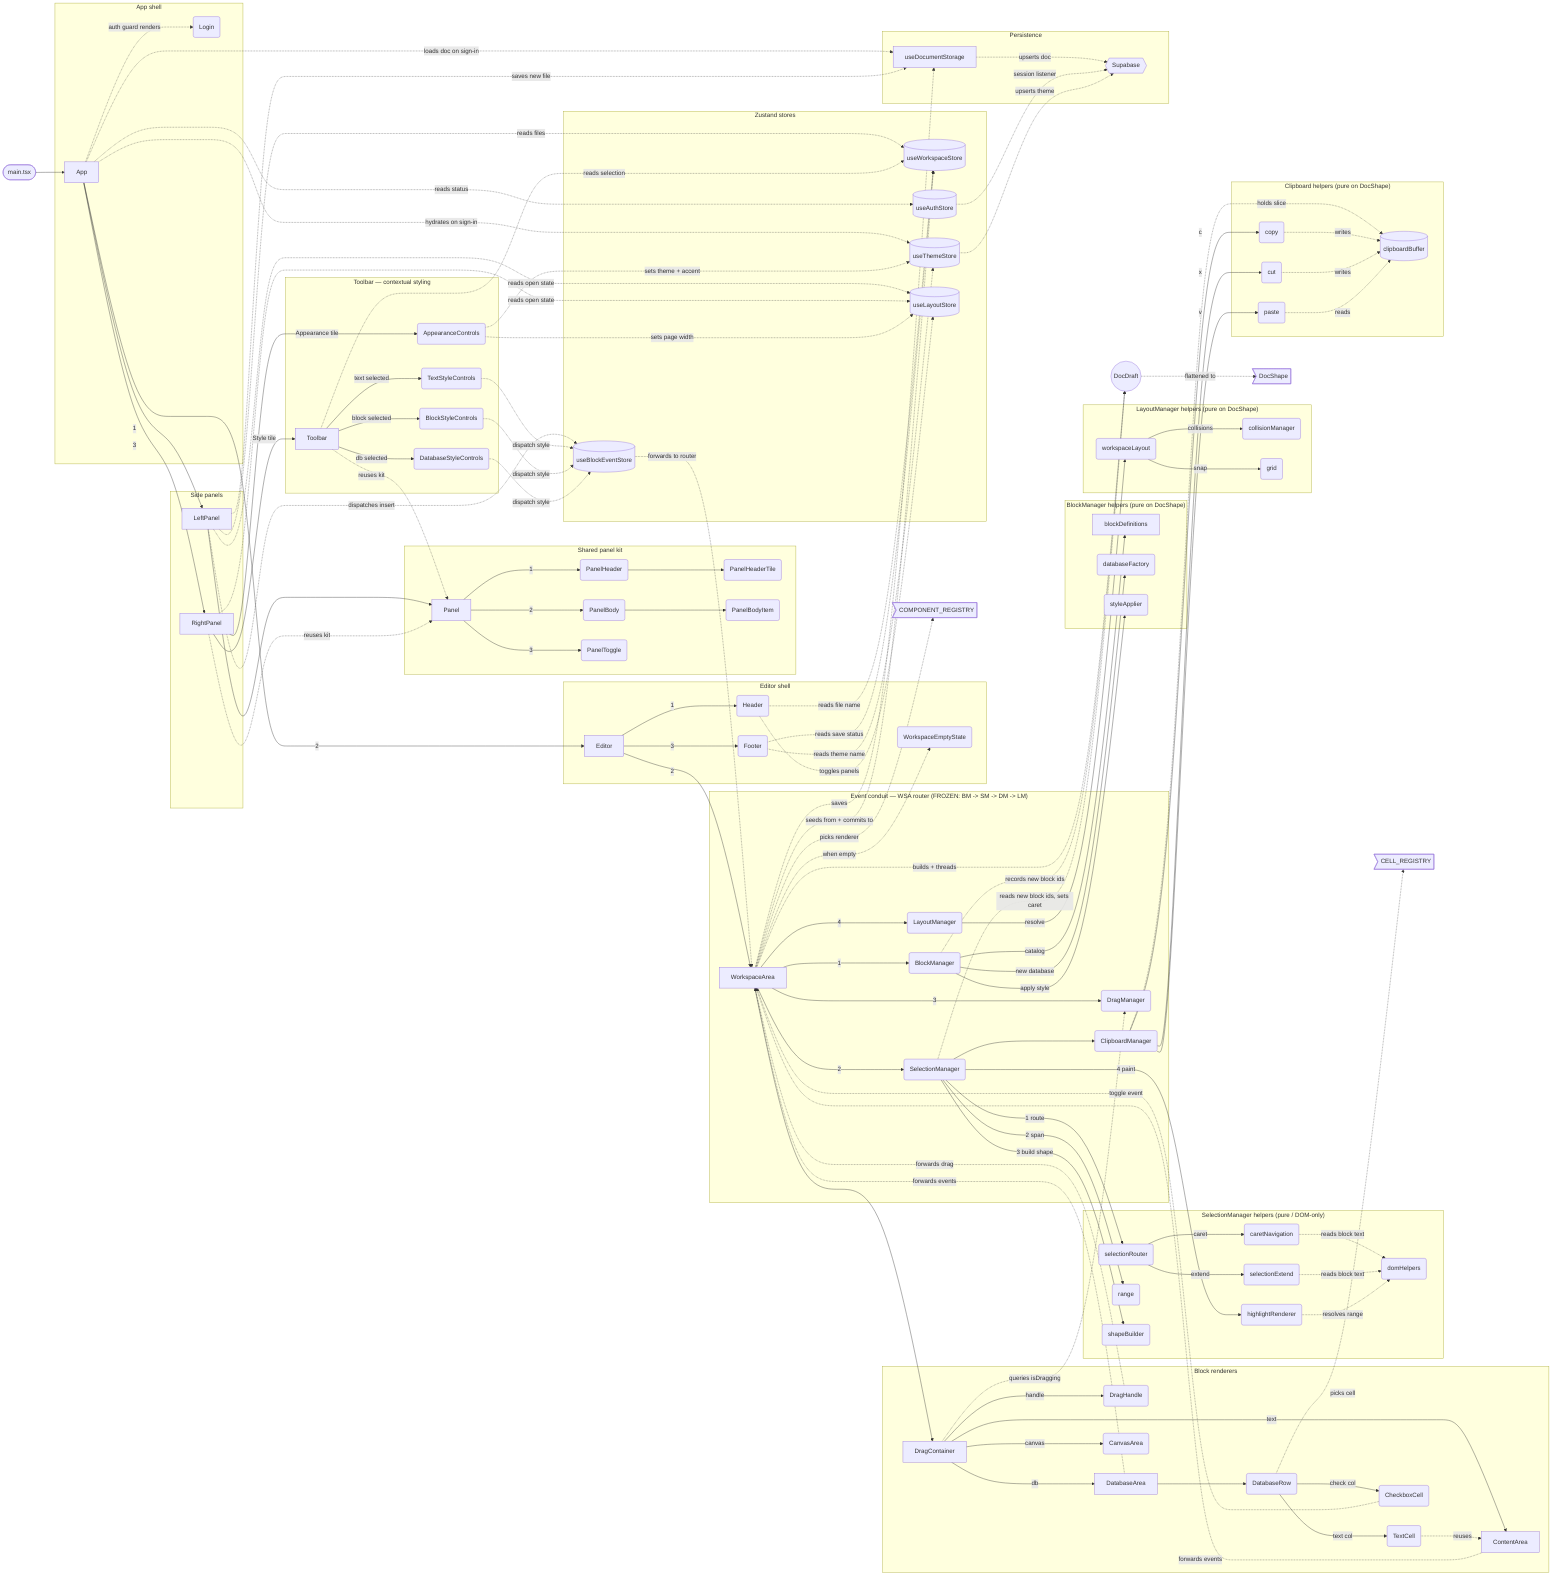
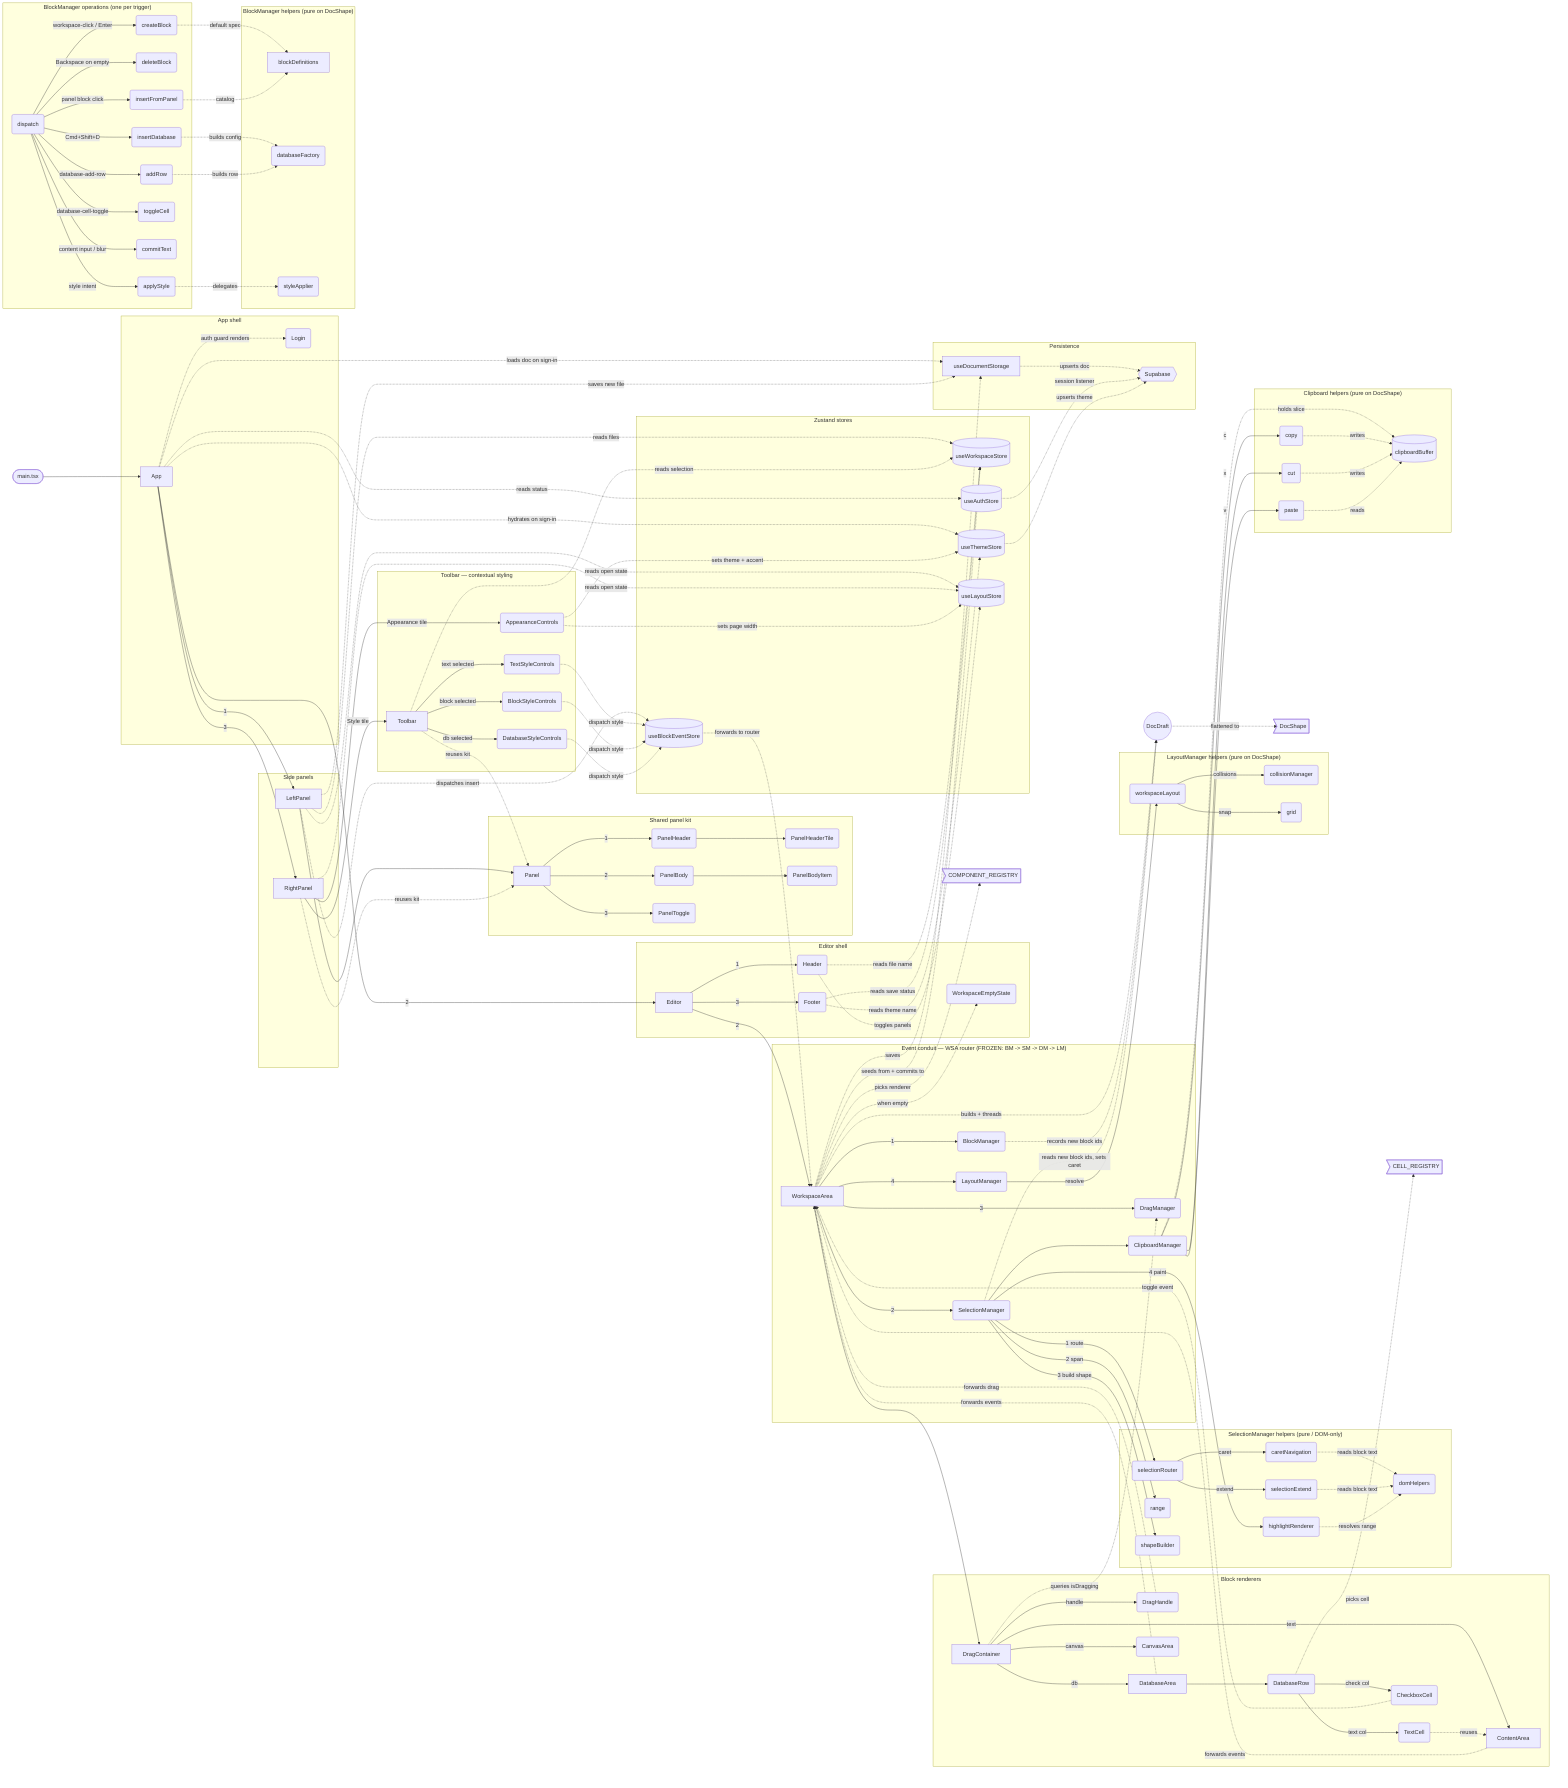
flowchart LR
%% Novakai — GOLD-STANDARD TARGET ARCHITECTURE (proposed)
%% Companion notes: novakai-target.md
%% This map describes what the codebase SHOULD look like: a fully working,
%% bug-free, shippable app. The WSA router (BM -> SM -> DM -> LM) is FROZEN
%% and unchanged. New/proposed classes are marked in novakai-target.md.
%% root main
%% Drill-in containment: each helper group lives INSIDE its manager. Click a
%% manager's "Open internals" button to see its helpers (one level down). The
%% top level stays at architecture altitude; helper detail is hidden until you
%% drill in. Groups are transparent for leveling, so the helpers report the
%% manager as their level.
%% parent blockHelpers blockManager
+ %% parent bmOps blockManager
%% parent selectionHelpers selectionManager
%% parent layoutHelpers layoutManager
%% parent clipboardHelpers clipboardManager

%% ---- shell ----
%% fm:meta main name=main.tsx
%% fm:meta main desc=entry point; mounts React root in StrictMode
%% fm:meta main i0.name=render
%% fm:meta main i0.returns=void
%% fm:meta App name=App
%% fm:meta App desc=root component; constructs the four managers once in refs, guards auth, loads document + theme on sign-in
%% fm:meta App state=managers: ManagerSet (bm, sm, dm, lm) in refs
%% fm:meta App i0.name=render
%% fm:meta App i0.accepts=authStatus: loading | signed-in | signed-out
%% fm:meta App i0.returns=JSX (LeftPanel + Editor + RightPanel, or Login)
%% fm:meta Login name=Login
%% fm:meta Login desc=auth form; rendered only while authStatus is signed-out
%% fm:meta Login i0.name=render
%% fm:meta Login i0.returns=JSX

%% ---- side panels ----
%% fm:meta LeftPanel name=LeftPanel
%% fm:meta LeftPanel desc=container; file browser + block catalog; turns clicks into insert intents, never decides
%% fm:meta LeftPanel i0.name=handleAddFile
%% fm:meta LeftPanel i0.returns=void
%% fm:meta LeftPanel i1.name=handleInsertBlock
%% fm:meta LeftPanel i1.accepts=spec: BlockSpec
%% fm:meta LeftPanel i1.returns=void
%% fm:meta RightPanel name=RightPanel
%% fm:meta RightPanel desc=container; hosts two tiles via the shared panel kit: Style (Toolbar) and Appearance
%% fm:meta RightPanel i0.name=render
%% fm:meta RightPanel i0.returns=JSX

%% ---- toolbar (contextual styling) ----
%% fm:meta Toolbar name=Toolbar
%% fm:meta Toolbar desc=Style tile; resolves the current selection into ONE styling level and renders it; emits style intents, never mutates the document
%% fm:meta Toolbar state=level: text | block | database (DERIVED from selection, not stored)
%% fm:meta Toolbar i0.name=render
%% fm:meta Toolbar i0.accepts=selection: SelectionSnapshot
%% fm:meta Toolbar i0.returns=JSX (one StyleControls level)
%% fm:meta TextStyleControls name=TextStyleControls
%% fm:meta TextStyleControls desc=level 1; shown when a text run is selected; bold/italic, font, size, colour
%% fm:meta TextStyleControls i0.name=emit
%% fm:meta TextStyleControls i0.accepts=intent: StyleIntent
%% fm:meta TextStyleControls i0.returns=void
%% fm:meta BlockStyleControls name=BlockStyleControls
%% fm:meta BlockStyleControls desc=level 2; shown when whole blocks are selected; Tag (h1..p), alignment, background, width
%% fm:meta BlockStyleControls i0.name=emit
%% fm:meta BlockStyleControls i0.accepts=intent: StyleIntent
%% fm:meta BlockStyleControls i0.returns=void
%% fm:meta DatabaseStyleControls name=DatabaseStyleControls
%% fm:meta DatabaseStyleControls desc=level 3; shown when a database/row/cell is selected; columns, sort, filters, row styling
%% fm:meta DatabaseStyleControls i0.name=emit
%% fm:meta DatabaseStyleControls i0.accepts=intent: StyleIntent
%% fm:meta DatabaseStyleControls i0.returns=void
%% fm:meta AppearanceControls name=AppearanceControls
%% fm:meta AppearanceControls desc=Appearance tile; theme, accent, and page-width presets
%% fm:meta AppearanceControls i0.name=render
%% fm:meta AppearanceControls i0.returns=JSX

%% ---- shared panel kit ----
%% fm:meta Panel name=Panel
%% fm:meta Panel desc=shared composable shell; header tiles + body + collapse toggle; reused by LeftPanel, RightPanel, Toolbar
%% fm:meta Panel state=selectedTile: string (component-local useState)
%% fm:meta Panel i0.name=render
%% fm:meta Panel i0.accepts=tiles: PanelTile[], open: boolean
%% fm:meta Panel i0.returns=JSX
%% fm:meta PanelHeader name=PanelHeader
%% fm:meta PanelHeader desc=tile tab strip; maps tile names to PanelHeaderTile
%% fm:meta PanelHeaderTile name=PanelHeaderTile
%% fm:meta PanelHeaderTile desc=one clickable tile tab; highlights when selected
%% fm:meta PanelBody name=PanelBody
%% fm:meta PanelBody desc=body list; maps items to PanelBodyItem
%% fm:meta PanelBodyItem name=PanelBodyItem
%% fm:meta PanelBodyItem desc=one clickable body row
%% fm:meta PanelToggle name=PanelToggle
%% fm:meta PanelToggle desc=collapse/expand chevron; calls toggle on the layout store

%% ---- editor shell ----
%% fm:meta Editor name=Editor
%% fm:meta Editor desc=layout shell; renders Header + WorkspaceArea + Footer and threads the manager set down
%% fm:meta Editor i0.name=render
%% fm:meta Editor i0.accepts=managers: ManagerSet
%% fm:meta Editor i0.returns=JSX
%% fm:meta Header name=Header
%% fm:meta Header desc=top bar; breadcrumb + panel toggles
%% fm:meta Footer name=Footer
%% fm:meta Footer desc=status bar; save indicator + active theme name
%% fm:meta WorkspaceEmptyState name=WorkspaceEmptyState
%% fm:meta WorkspaceEmptyState desc=centred prompt shown when the active file has no blocks; pointer-events off

%% ---- event conduit (FROZEN router) ----
%% fm:meta WorkspaceArea name=WorkspaceArea
%% fm:meta WorkspaceArea desc=pure conduit; seeds a DocDraft from the store, threads it through BM->SM->DM->LM in fixed order, commits once. Makes ZERO decisions
%% fm:meta WorkspaceArea state=wsaRef: HTMLDivElement
%% fm:meta WorkspaceArea i0.name=route
%% fm:meta WorkspaceArea i0.accepts=channel: mouse | key | lifecycle
%% fm:meta WorkspaceArea i0.accepts=data: MouseEventData | KeyEventData | LifecycleEventData
%% fm:meta WorkspaceArea i0.accepts=trigger: TriggerWord
%% fm:meta WorkspaceArea i0.returns=void
%% fm:meta WorkspaceArea i1.name=commit
%% fm:meta WorkspaceArea i1.accepts=draft: DocDraft
%% fm:meta WorkspaceArea i1.returns=void
%% fm:meta blockManager name=BlockManager
%% fm:meta blockManager desc=step 1; CRUD on TextElement + DatabaseConfiguration and styling of selected blocks; records the ids it creates on draft.created; has ZERO opinion on caret or selection
%% fm:meta blockManager state=wsaEl: HTMLElement | null
%% fm:meta blockManager i0.name=receiveMouseEvent
%% fm:meta blockManager i0.accepts=draft: DocDraft
%% fm:meta blockManager i0.returns=DocDraft
%% fm:meta blockManager i1.name=receiveKeyEvent
%% fm:meta blockManager i1.accepts=draft: DocDraft
%% fm:meta blockManager i1.returns=DocDraft
%% fm:meta blockManager i2.name=receiveLifecycleEvent
%% fm:meta blockManager i2.accepts=draft: DocDraft
%% fm:meta blockManager i2.returns=DocDraft
%% fm:meta selectionManager name=SelectionManager
%% fm:meta selectionManager desc=step 2; sole owner of ALL caret + range + multi-block selection decisions; reads draft.created.newBlockIds and independently places the caret in a newly created block (no message from BlockManager); paints CSS highlights; threads every event through ClipboardManager
%% fm:meta selectionManager state=selection: SelectionState (anchor, focus, mode)
%% fm:meta selectionManager state=wsaEl: HTMLElement | null
%% fm:meta selectionManager i0.name=receiveMouseEvent
%% fm:meta selectionManager i0.accepts=draft: DocDraft
%% fm:meta selectionManager i0.returns=DocDraft
%% fm:meta selectionManager i1.name=receiveKeyEvent
%% fm:meta selectionManager i1.accepts=draft: DocDraft
%% fm:meta selectionManager i1.returns=DocDraft
%% fm:meta selectionManager i2.name=receiveLifecycleEvent
%% fm:meta selectionManager i2.accepts=draft: DocDraft
%% fm:meta selectionManager i2.returns=DocDraft
%% fm:meta dragManager name=DragManager
%% fm:meta dragManager desc=step 3; owns the active drag gesture; writes style.top live during drag, commits final placement on drop
%% fm:meta dragManager state=activeId: string | null
%% fm:meta dragManager state=isActive: boolean
%% fm:meta dragManager state=lastLocal: Position
%% fm:meta dragManager i0.name=receiveMouseEvent
%% fm:meta dragManager i0.accepts=draft: DocDraft
%% fm:meta dragManager i0.returns=DocDraft
%% fm:meta dragManager i1.name=isDragging
%% fm:meta dragManager i1.accepts=blockId: string
%% fm:meta dragManager i1.returns=boolean
%% fm:meta layoutManager name=LayoutManager
%% fm:meta layoutManager desc=step 4 (last); resolves overlaps and re-orders document ids by position after structural changes; its output is what WSA persists
%% fm:meta layoutManager i0.name=receiveMouseEvent
%% fm:meta layoutManager i0.accepts=draft: DocDraft
%% fm:meta layoutManager i0.returns=DocDraft
%% fm:meta layoutManager i1.name=receiveKeyEvent
%% fm:meta layoutManager i1.accepts=draft: DocDraft
%% fm:meta layoutManager i1.returns=DocDraft
%% fm:meta clipboardManager name=ClipboardManager
%% fm:meta clipboardManager desc=owned by SelectionManager; stateless router that no-ops unless the trigger is copy/cut/paste
%% fm:meta clipboardManager i0.name=receiveEvent
%% fm:meta clipboardManager i0.accepts=shape: DocShape
%% fm:meta clipboardManager i0.accepts=range: SelectionPoint[]
%% fm:meta clipboardManager i0.accepts=trigger: string
%% fm:meta clipboardManager i0.returns=DocShape

%% ---- block renderers ----
%% fm:meta DragContainer name=DragContainer
%% fm:meta DragContainer desc=absolute-positioned wrapper per block; yields top ownership to DragManager while that block is dragging
%% fm:meta DragContainer i0.name=render
%% fm:meta DragContainer i0.accepts=id: string, isSelected: boolean, layoutData: LayoutData, dm: DragTargetQuery
%% fm:meta DragContainer i0.returns=JSX
%% fm:meta DragHandle name=DragHandle
%% fm:meta DragHandle desc=grab affordance; shapes a MouseEventData and forwards drag-handle-mouse-down through the conduit callback
%% fm:meta DragHandle i0.name=render
%% fm:meta DragHandle i0.accepts=id: string, cbMouseEvent: ConduitMouse
%% fm:meta DragHandle i0.returns=JSX
%% fm:meta ContentArea name=ContentArea
%% fm:meta ContentArea desc=contentEditable text block; shapes mouse/key/lifecycle events and forwards through conduit callbacks; renders nested children by id
%% fm:meta ContentArea i0.name=render
%% fm:meta ContentArea i0.accepts=activeContent: TextElement, contentDataSet: ContentDataSet
%% fm:meta ContentArea i0.returns=JSX
%% fm:meta DatabaseArea name=DatabaseArea
%% fm:meta DatabaseArea desc=database block renderer; receives its DatabaseConfiguration as a prop (no store read); renders columns + rows; holds no data
%% fm:meta DatabaseArea i0.name=render
%% fm:meta DatabaseArea i0.accepts=activeContent: TextElement, config: DatabaseConfiguration, contentDataSet: ContentDataSet
%% fm:meta DatabaseArea i0.returns=JSX
%% fm:meta DatabaseRow name=DatabaseRow
%% fm:meta DatabaseRow desc=one database row; drag handle + grid of cells; forwards events through the conduit callback
%% fm:meta DatabaseRow i0.name=render
%% fm:meta DatabaseRow i0.accepts=rowId: string, gridTemplateColumns: string, isSelected: boolean
%% fm:meta DatabaseRow i0.returns=JSX
%% fm:meta TextCell name=TextCell
%% fm:meta TextCell desc=thin adapter; maps a cell TextElement onto ContentArea so cells edit via the same contentEditable path
%% fm:meta TextCell i0.name=render
%% fm:meta TextCell i0.accepts=cell: TextElement, contentDataSet: ContentDataSet
%% fm:meta TextCell i0.returns=JSX
%% fm:meta CheckboxCell name=CheckboxCell
%% fm:meta CheckboxCell desc=read-only checkbox; click forwards database-cell-toggle; BlockManager flips the value, render reflects it
%% fm:meta CheckboxCell i0.name=render
%% fm:meta CheckboxCell i0.accepts=cell: TextElement
%% fm:meta CheckboxCell i0.returns=JSX
%% fm:meta CanvasArea name=CanvasArea
%% fm:meta CanvasArea desc=freeform canvas block (placeholder); third entry in the component registry

%% ---- block manager helpers (pure; receive DocShape, never touch stores) ----
%% fm:meta blockDefinitions name=blockDefinitions
%% fm:meta blockDefinitions desc=static block catalog; single source of truth for insertable block types
%% fm:meta blockDefinitions i0.name=findBlockDefinition
%% fm:meta blockDefinitions i0.accepts=id: string
%% fm:meta blockDefinitions i0.returns=BlockSpec | undefined
%% fm:meta databaseFactory name=databaseFactory
%% fm:meta databaseFactory desc=pure builders for a new DatabaseConfiguration and its rows
%% fm:meta databaseFactory i0.name=makeDatabaseConfig
%% fm:meta databaseFactory i0.returns=DatabaseConfiguration
%% fm:meta styleApplier name=styleApplier
%% fm:meta styleApplier desc=NEW; applies a StyleIntent to every selected TextElement on the draft DocShape; pure, no store, no DOM
%% fm:meta styleApplier i0.name=applyStyle
%% fm:meta styleApplier i0.accepts=shape: DocShape
%% fm:meta styleApplier i0.accepts=intent: StyleIntent
%% fm:meta styleApplier i0.returns=DocShape
+ %% ---- BlockManager operations (drill-in level: one node per trigger) ----
+ %% fm:meta bmDispatch name=dispatch
+ %% fm:meta bmDispatch desc=entry; the three receive* methods flatten the draft and route to exactly one operation by trigger word; no decision beyond routing
+ %% fm:meta bmDispatch i0.name=route
+ %% fm:meta bmDispatch i0.accepts=shape: DocShape, trigger: TriggerWord
+ %% fm:meta bmDispatch i0.returns=DocShape
+ %% fm:meta createBlock name=createBlock
+ %% fm:meta createBlock desc=creates an empty paragraph block below the target and inserts its id into the file content order; records the id on draft.created; sets NO caret (SelectionManager does)
+ %% fm:meta createBlock state=trigger: workspace-area-mouse-click | key Enter
+ %% fm:meta createBlock i0.accepts=shape: DocShape
+ %% fm:meta createBlock i0.returns=DocShape (+ created.newBlockIds)
+ %% fm:meta deleteBlock name=deleteBlock
+ %% fm:meta deleteBlock desc=deletes the target block ONLY when it is empty; removes it from content + layout; leaves caret to SelectionManager
+ %% fm:meta deleteBlock state=trigger: key Backspace at offset 0 on an empty block
+ %% fm:meta deleteBlock i0.accepts=shape: DocShape
+ %% fm:meta deleteBlock i0.returns=DocShape
+ %% fm:meta insertFromPanel name=insertFromPanel
+ %% fm:meta insertFromPanel desc=inserts a catalog block chosen in the left panel below the lowest placed block
+ %% fm:meta insertFromPanel state=trigger: left-panel-block-mouse-click
+ %% fm:meta insertFromPanel i0.accepts=shape: DocShape, spec: BlockSpec
+ %% fm:meta insertFromPanel i0.returns=DocShape (+ created.newBlockIds)
+ %% fm:meta insertDatabase name=insertDatabase
+ %% fm:meta insertDatabase desc=inserts a DatabaseArea block plus a starter DatabaseConfiguration
+ %% fm:meta insertDatabase state=trigger: key Cmd/Ctrl+Shift+D
+ %% fm:meta insertDatabase i0.accepts=shape: DocShape
+ %% fm:meta insertDatabase i0.returns=DocShape (+ created.newBlockIds)
+ %% fm:meta addRow name=addRow
+ %% fm:meta addRow desc=appends a row to a database rowOrder with empty cell TextElements
+ %% fm:meta addRow state=trigger: database-add-row
+ %% fm:meta addRow i0.accepts=shape: DocShape, databaseId: string
+ %% fm:meta addRow i0.returns=DocShape
+ %% fm:meta toggleCell name=toggleCell
+ %% fm:meta toggleCell desc=flips a checkbox cell value; the input is read-only so the manager owns the mutation and the re-render reflects it
+ %% fm:meta toggleCell state=trigger: database-cell-toggle
+ %% fm:meta toggleCell i0.accepts=shape: DocShape, cellId: string
+ %% fm:meta toggleCell i0.returns=DocShape
+ %% fm:meta commitText name=commitText
+ %% fm:meta commitText desc=writes the live contentEditable text back into the block; the only place document text is committed
+ %% fm:meta commitText state=trigger: content-area-input | content-area-blur
+ %% fm:meta commitText i0.accepts=shape: DocShape, text: string
+ %% fm:meta commitText i0.returns=DocShape
+ %% fm:meta applyStyle name=applyStyle
+ %% fm:meta applyStyle desc=operation; receives a StyleIntent dispatched by the toolbar and delegates to the styleApplier helper across the selected blocks
+ %% fm:meta applyStyle state=trigger: content-area-style-* | drag-container-style-* | database-*-style-*
+ %% fm:meta applyStyle i0.accepts=shape: DocShape, intent: StyleIntent
+ %% fm:meta applyStyle i0.returns=DocShape

%% ---- selection manager helpers (pure or DOM-only; receive DocShape/SelectionState) ----
%% fm:meta selectionRouter name=selectionRouter
%% fm:meta selectionRouter desc=picks the selection handler for a trigger; delegates to caret/extend/mouse handlers; pure
%% fm:meta selectionRouter i0.name=routeKey
%% fm:meta selectionRouter i0.accepts=state: SelectionState, key: KeyEventData, trigger: string, blockOrder: string[]
%% fm:meta selectionRouter i0.returns=SelectionState
%% fm:meta caretNavigation name=caretNavigation
%% fm:meta caretNavigation desc=pure caret movement for plain arrows; collapses range then moves one unit
%% fm:meta caretNavigation i0.name=arrowMove
%% fm:meta caretNavigation i0.accepts=state: SelectionState, key: KeyEventData, blockOrder: string[]
%% fm:meta caretNavigation i0.returns=SelectionState
%% fm:meta selectionExtend name=selectionExtend
%% fm:meta selectionExtend desc=pure selection extension for Shift/Cmd-Shift arrows and Select All
%% fm:meta selectionExtend i0.name=extend
%% fm:meta selectionExtend i0.accepts=state: SelectionState, key: KeyEventData, blockOrder: string[]
%% fm:meta selectionExtend i0.returns=SelectionState
%% fm:meta range name=range
%% fm:meta range desc=pure; flattens anchor/focus into an ordered SelectionPoint[] spanning the selection
%% fm:meta range i0.name=orderedSelectionRange
%% fm:meta range i0.accepts=selection: SelectionState, order: string[]
%% fm:meta range i0.returns=SelectionPoint[]
%% fm:meta shapeBuilder name=shapeBuilder
%% fm:meta shapeBuilder desc=pure; threads the snapshot into the shape and applies text deletion on Delete; returns fresh DocShape
%% fm:meta shapeBuilder i0.name=buildShape
%% fm:meta shapeBuilder i0.accepts=shape: DocShape, state: SelectionState, snapshot: SelectionSnapshot, deleteSelection: boolean
%% fm:meta shapeBuilder i0.returns=DocShape
%% fm:meta highlightRenderer name=highlightRenderer
%% fm:meta highlightRenderer desc=paints selection via the CSS Custom Highlight API; DOM paint only, no React state, no store
%% fm:meta highlightRenderer i0.name=renderSelectionHighlight
%% fm:meta highlightRenderer i0.accepts=state: SelectionState, blockOrder: string[], wsaEl: HTMLElement | null
%% fm:meta highlightRenderer i0.returns=void
%% fm:meta domHelpers name=domHelpers
%% fm:meta domHelpers desc=the ONLY module that reads the DOM; returns plain values (point<->offset, block text); never a setter, never a store
%% fm:meta domHelpers i0.name=pointToPosition
%% fm:meta domHelpers i0.accepts=clientX: number, clientY: number
%% fm:meta domHelpers i0.returns=SelectionPoint

%% ---- layout manager helpers (pure; receive DocShape/LayoutDataSet) ----
%% fm:meta workspaceLayout name=workspaceLayout
%% fm:meta workspaceLayout desc=measures live block heights and orchestrates add/delete collision resolution; reads DOM, never a store
%% fm:meta workspaceLayout i0.name=resolveEventLayout
%% fm:meta workspaceLayout i0.accepts=fileId: string, content: string[], layouts: LayoutDataSet, opts: ResolveOpts
%% fm:meta workspaceLayout i0.returns=layouts: LayoutDataSet, content: string[]
%% fm:meta collisionManager name=collisionManager
%% fm:meta collisionManager desc=pure; sorts a file's placements by y and pushes overlapping blocks down flush
%% fm:meta collisionManager i0.name=resolveCollisions
%% fm:meta collisionManager i0.accepts=items: LayoutItem[], movedBlockId: string
%% fm:meta collisionManager i0.returns=LayoutItem[]
%% fm:meta grid name=grid
%% fm:meta grid desc=pure; grid constants and snap helpers (GRID_UNIT, PAGE_X, snapToGrid)
%% fm:meta grid i0.name=snapToGrid
%% fm:meta grid i0.accepts=px: number
%% fm:meta grid i0.returns=number

%% ---- clipboard helpers (pure on DocShape; buffer is the clipboard's own) ----
%% fm:meta copy name=copy
%% fm:meta copy desc=collects selected blocks into the clipboard buffer; never mutates the document
%% fm:meta copy i0.name=copy
%% fm:meta copy i0.accepts=range: SelectionPoint[], shape: DocShape
%% fm:meta copy i0.returns=void
%% fm:meta cut name=cut
%% fm:meta cut desc=copies into the buffer then returns a DocShape with the source blocks removed
%% fm:meta cut i0.name=cut
%% fm:meta cut i0.accepts=range: SelectionPoint[], shape: DocShape
%% fm:meta cut i0.returns=DocShape
%% fm:meta paste name=paste
%% fm:meta paste desc=reads the buffer and routes to text-paste or block-paste; copy mints fresh ids, cut keeps them
%% fm:meta paste i0.name=paste
%% fm:meta paste i0.accepts=shape: DocShape, trigger: string
%% fm:meta paste i0.returns=DocShape
%% fm:meta clipboardBuffer name=clipboardBuffer
%% fm:meta clipboardBuffer desc=module-scoped clipboard slice (NOT a Zustand store, NOT document state); survives ClipboardManager rebuilds
%% fm:meta clipboardBuffer state=slice: ClipboardSlice | null
%% fm:meta clipboardBuffer state=mode: copy | cut | null

%% ---- Zustand stores (minimised: 14 reactive state vars total) ----
%% fm:meta workspaceStore name=useWorkspaceStore
%% fm:meta workspaceStore desc=single source of truth for the document; the ONLY store the conduit reads and commits
%% fm:meta workspaceStore state=activeFileId: string | null
%% fm:meta workspaceStore state=files: FilesDataSet
%% fm:meta workspaceStore state=content: ContentDataSet
%% fm:meta workspaceStore state=layouts: LayoutDataSet
%% fm:meta workspaceStore state=databases: DatabaseDataSet
%% fm:meta workspaceStore state=selection: SelectionSnapshot
%% fm:meta workspaceStore i0.name=setDataSet
%% fm:meta workspaceStore i0.accepts=files: FilesDataSet, content: ContentDataSet, layouts: LayoutDataSet, databases: DatabaseDataSet
%% fm:meta workspaceStore i0.returns=void
%% fm:meta workspaceStore i1.name=setSelection
%% fm:meta workspaceStore i1.accepts=selection: SelectionSnapshot
%% fm:meta workspaceStore i1.returns=void
%% fm:meta authStore name=useAuthStore
%% fm:meta authStore desc=Supabase auth mirror; status drives App render guard; wired once on module load
%% fm:meta authStore state=status: loading | signed-in | signed-out
%% fm:meta authStore state=session: Session | null
%% fm:meta authStore i0.name=signIn
%% fm:meta authStore i0.accepts=email: string, password: string
%% fm:meta authStore i0.returns=Promise<string | null>
%% fm:meta themeStore name=useThemeStore
%% fm:meta themeStore desc=theme + accent preferences; applies CSS vars to :root; debounced persist to Supabase
%% fm:meta themeStore state=themeId: string
%% fm:meta themeStore state=accentHex: string | null
%% fm:meta themeStore i0.name=setTheme
%% fm:meta themeStore i0.accepts=themeId: string
%% fm:meta themeStore i0.returns=void
%% fm:meta layoutStore name=useLayoutStore
%% fm:meta layoutStore desc=panel open/closed state and page-width preference; drives page-* CSS class on .app
%% fm:meta layoutStore state=pageWidth: PageWidth
%% fm:meta layoutStore state=leftPanelOpen: boolean
%% fm:meta layoutStore state=rightPanelOpen: boolean
%% fm:meta blockEventStore name=useBlockEventStore
%% fm:meta blockEventStore desc=thin pub/sub bridge from panels to the WSA router; dispatch never re-renders its caller
%% fm:meta blockEventStore state=handler: MouseRouter | null
%% fm:meta blockEventStore i0.name=dispatch
%% fm:meta blockEventStore i0.accepts=data: MouseEventData, trigger: string
%% fm:meta blockEventStore i0.returns=void

%% ---- persistence ----
%% fm:meta documentStorage name=useDocumentStorage
%% fm:meta documentStorage desc=Supabase-backed persistence; debounced upsert; merges via a module-level cachedDoc
%% fm:meta documentStorage i0.name=loadDocument
%% fm:meta documentStorage i0.returns=Promise<DataSet | null>
%% fm:meta documentStorage i1.name=saveDocument
%% fm:meta documentStorage i1.accepts=files: FilesDataSet, content: ContentDataSet, layouts: LayoutDataSet, databases: DatabaseDataSet
%% fm:meta documentStorage i1.returns=void
%% fm:meta supabase name=Supabase
%% fm:meta supabase desc=backend; auth + workspaces table (document jsonb + theme jsonb); row-level security per user

%% ---- value objects / data tables ----
%% fm:meta docDraft name=DocDraft
%% fm:meta docDraft desc=the conduit payload; committed currentReadOnly slices + proposed slices per channel; built by WSA, threaded through every manager
%% fm:meta docDraft state=dataSet: DraftChannel of file/content/layout/database
%% fm:meta docDraft state=selection: currentBlocks + proposedBlocks + caret
%% fm:meta docDraft state=created: newBlockIds (BlockManager writes, SelectionManager reads to place the caret)
%% fm:meta docShape name=DocShape
%% fm:meta docShape desc=the flat effective view (proposed ?? current) every manager and helper reads and returns
%% fm:meta docShape state=file: FileData | null
%% fm:meta docShape state=contentData: ContentDataSet
%% fm:meta docShape state=layoutData: LayoutDataSet
%% fm:meta docShape state=databaseData: DatabaseDataSet
%% fm:meta docShape state=selection: SelectionSnapshot
%% fm:meta componentRegistry name=COMPONENT_REGISTRY
%% fm:meta componentRegistry desc=data table mapping TextElement.component to its renderer; a lookup, never a branch
%% fm:meta cellRegistry name=CELL_REGISTRY
%% fm:meta cellRegistry desc=data table mapping DbColumnType to its cell renderer; a lookup, never a branch

  main(["main.tsx"])

  subgraph shell ["App shell"]
    App["App"]
    Login("Login")
  end

  subgraph panels ["Side panels"]
    LeftPanel["LeftPanel"]
    RightPanel["RightPanel"]
  end

  subgraph toolbar ["Toolbar — contextual styling"]
    Toolbar["Toolbar"]
    TextStyleControls("TextStyleControls")
    BlockStyleControls("BlockStyleControls")
    DatabaseStyleControls("DatabaseStyleControls")
    AppearanceControls("AppearanceControls")
  end

  subgraph panelKit ["Shared panel kit"]
    Panel["Panel"]
    PanelHeader("PanelHeader")
    PanelHeaderTile("PanelHeaderTile")
    PanelBody("PanelBody")
    PanelBodyItem("PanelBodyItem")
    PanelToggle("PanelToggle")
  end

  subgraph editorShell ["Editor shell"]
    Editor["Editor"]
    Header("Header")
    Footer("Footer")
    WorkspaceEmptyState("WorkspaceEmptyState")
  end

  subgraph conduit ["Event conduit — WSA router (FROZEN: BM -> SM -> DM -> LM)"]
    WorkspaceArea["WorkspaceArea"]
    blockManager("BlockManager")
    selectionManager("SelectionManager")
    dragManager("DragManager")
    layoutManager("LayoutManager")
    clipboardManager("ClipboardManager")
  end

  subgraph renderers ["Block renderers"]
    DragContainer["DragContainer"]
    DragHandle("DragHandle")
    ContentArea["ContentArea"]
    DatabaseArea["DatabaseArea"]
    DatabaseRow("DatabaseRow")
    TextCell("TextCell")
    CheckboxCell("CheckboxCell")
    CanvasArea("CanvasArea")
  end

+   subgraph bmOps ["BlockManager operations (one per trigger)"]
+     bmDispatch("dispatch")
+     createBlock("createBlock")
+     deleteBlock("deleteBlock")
+     insertFromPanel("insertFromPanel")
+     insertDatabase("insertDatabase")
+     addRow("addRow")
+     toggleCell("toggleCell")
+     commitText("commitText")
+     applyStyle("applyStyle")
+   end
+ 
  subgraph blockHelpers ["BlockManager helpers (pure on DocShape)"]
    blockDefinitions["blockDefinitions"]
    databaseFactory("databaseFactory")
    styleApplier("styleApplier")
  end

  subgraph selectionHelpers ["SelectionManager helpers (pure / DOM-only)"]
    selectionRouter("selectionRouter")
    caretNavigation("caretNavigation")
    selectionExtend("selectionExtend")
    range("range")
    shapeBuilder("shapeBuilder")
    highlightRenderer("highlightRenderer")
    domHelpers("domHelpers")
  end

  subgraph layoutHelpers ["LayoutManager helpers (pure on DocShape)"]
    workspaceLayout("workspaceLayout")
    collisionManager("collisionManager")
    grid("grid")
  end

  subgraph clipboardHelpers ["Clipboard helpers (pure on DocShape)"]
    copy("copy")
    cut("cut")
    paste("paste")
    clipboardBuffer[("clipboardBuffer")]
  end

  subgraph stores ["Zustand stores"]
    workspaceStore[("useWorkspaceStore")]
    authStore[("useAuthStore")]
    themeStore[("useThemeStore")]
    layoutStore[("useLayoutStore")]
    blockEventStore[("useBlockEventStore")]
  end

  subgraph persistence ["Persistence"]
    documentStorage["useDocumentStorage"]
    supabase{{"Supabase"}}
  end

  docDraft(("DocDraft"))
  docShape>"DocShape"]
  componentRegistry>"COMPONENT_REGISTRY"]
  cellRegistry>"CELL_REGISTRY"]

  %% ---- spine (solid): real construction / call order ----
  main --> App
  App -->|1| LeftPanel
  App -->|2| Editor
  App -->|3| RightPanel
  Editor -->|1| Header
  Editor -->|2| WorkspaceArea
  Editor -->|3| Footer
  WorkspaceArea -->|1| blockManager
  WorkspaceArea -->|2| selectionManager
  WorkspaceArea -->|3| dragManager
  WorkspaceArea -->|4| layoutManager
  WorkspaceArea --> DragContainer
  DragContainer -->|handle| DragHandle
  DragContainer -->|text| ContentArea
  DragContainer -->|db| DatabaseArea
  DragContainer -->|canvas| CanvasArea
  DatabaseArea --> DatabaseRow
  DatabaseRow -->|text col| TextCell
  DatabaseRow -->|check col| CheckboxCell

  RightPanel -->|Style tile| Toolbar
  RightPanel -->|Appearance tile| AppearanceControls
  Toolbar -->|text selected| TextStyleControls
  Toolbar -->|block selected| BlockStyleControls
  Toolbar -->|db selected| DatabaseStyleControls

  LeftPanel --> Panel
  Panel -->|1| PanelHeader
  Panel -->|2| PanelBody
  Panel -->|3| PanelToggle
  PanelHeader --> PanelHeaderTile
  PanelBody --> PanelBodyItem

-   blockManager -->|catalog| blockDefinitions
-   blockManager -->|new database| databaseFactory
-   blockManager -->|apply style| styleApplier
+   bmDispatch -->|workspace-click / Enter| createBlock
+   bmDispatch -->|Backspace on empty| deleteBlock
+   bmDispatch -->|panel block click| insertFromPanel
+   bmDispatch -->|Cmd+Shift+D| insertDatabase
+   bmDispatch -->|database-add-row| addRow
+   bmDispatch -->|database-cell-toggle| toggleCell
+   bmDispatch -->|content input / blur| commitText
+   bmDispatch -->|style intent| applyStyle
+   createBlock -.->|default spec| blockDefinitions
+   insertFromPanel -.->|catalog| blockDefinitions
+   insertDatabase -.->|builds config| databaseFactory
+   addRow -.->|builds row| databaseFactory
+   applyStyle -.->|delegates| styleApplier
  selectionManager -->|1 route| selectionRouter
  selectionManager -->|2 span| range
  selectionManager -->|3 build shape| shapeBuilder
  selectionManager -->|4 paint| highlightRenderer
  selectionManager --> clipboardManager
  selectionRouter -->|caret| caretNavigation
  selectionRouter -->|extend| selectionExtend
  layoutManager -->|resolve| workspaceLayout
  workspaceLayout -->|collisions| collisionManager
  workspaceLayout -->|snap| grid
  clipboardManager -->|c| copy
  clipboardManager -->|x| cut
  clipboardManager -->|v| paste

  %% ---- references (dotted): wiring, reads, callbacks, write-backs ----
  App -.->|auth guard renders| Login
  App -.->|reads status| authStore
  App -.->|loads doc on sign-in| documentStorage
  App -.->|hydrates on sign-in| themeStore

  WorkspaceArea -.->|builds + threads| docDraft
  docDraft -.->|flattened to| docShape
  blockManager -.->|records new block ids| docDraft
  selectionManager -.->|reads new block ids, sets caret| docDraft
  WorkspaceArea -.->|seeds from + commits to| workspaceStore
  WorkspaceArea -.->|saves| documentStorage
  WorkspaceArea -.->|picks renderer| componentRegistry
  WorkspaceArea -.->|when empty| WorkspaceEmptyState
  blockEventStore -.->|forwards to router| WorkspaceArea

  DragContainer -.->|queries isDragging| dragManager
  DragHandle -.->|forwards drag| WorkspaceArea
  ContentArea -.->|forwards events| WorkspaceArea
  DatabaseArea -.->|forwards events| WorkspaceArea
  DatabaseRow -.->|picks cell| cellRegistry
  CheckboxCell -.->|toggle event| WorkspaceArea
  TextCell -.->|reuses| ContentArea

  LeftPanel -.->|reads files| workspaceStore
  LeftPanel -.->|saves new file| documentStorage
  LeftPanel -.->|dispatches insert| blockEventStore
  LeftPanel -.->|reads open state| layoutStore
  RightPanel -.->|reuses kit| Panel
  RightPanel -.->|reads open state| layoutStore
  Toolbar -.->|reuses kit| Panel
  Toolbar -.->|reads selection| workspaceStore
  TextStyleControls -.->|dispatch style| blockEventStore
  BlockStyleControls -.->|dispatch style| blockEventStore
  DatabaseStyleControls -.->|dispatch style| blockEventStore
  AppearanceControls -.->|sets theme + accent| themeStore
  AppearanceControls -.->|sets page width| layoutStore

  Header -.->|toggles panels| layoutStore
  Header -.->|reads file name| workspaceStore
  Footer -.->|reads theme name| themeStore
  Footer -.->|reads save status| workspaceStore

  caretNavigation -.->|reads block text| domHelpers
  selectionExtend -.->|reads block text| domHelpers
  highlightRenderer -.->|resolves range| domHelpers
  clipboardManager -.->|holds slice| clipboardBuffer
  copy -.->|writes| clipboardBuffer
  cut -.->|writes| clipboardBuffer
  paste -.->|reads| clipboardBuffer

  documentStorage -.->|upserts doc| supabase
  authStore -.->|session listener| supabase
  themeStore -.->|upserts theme| supabase
